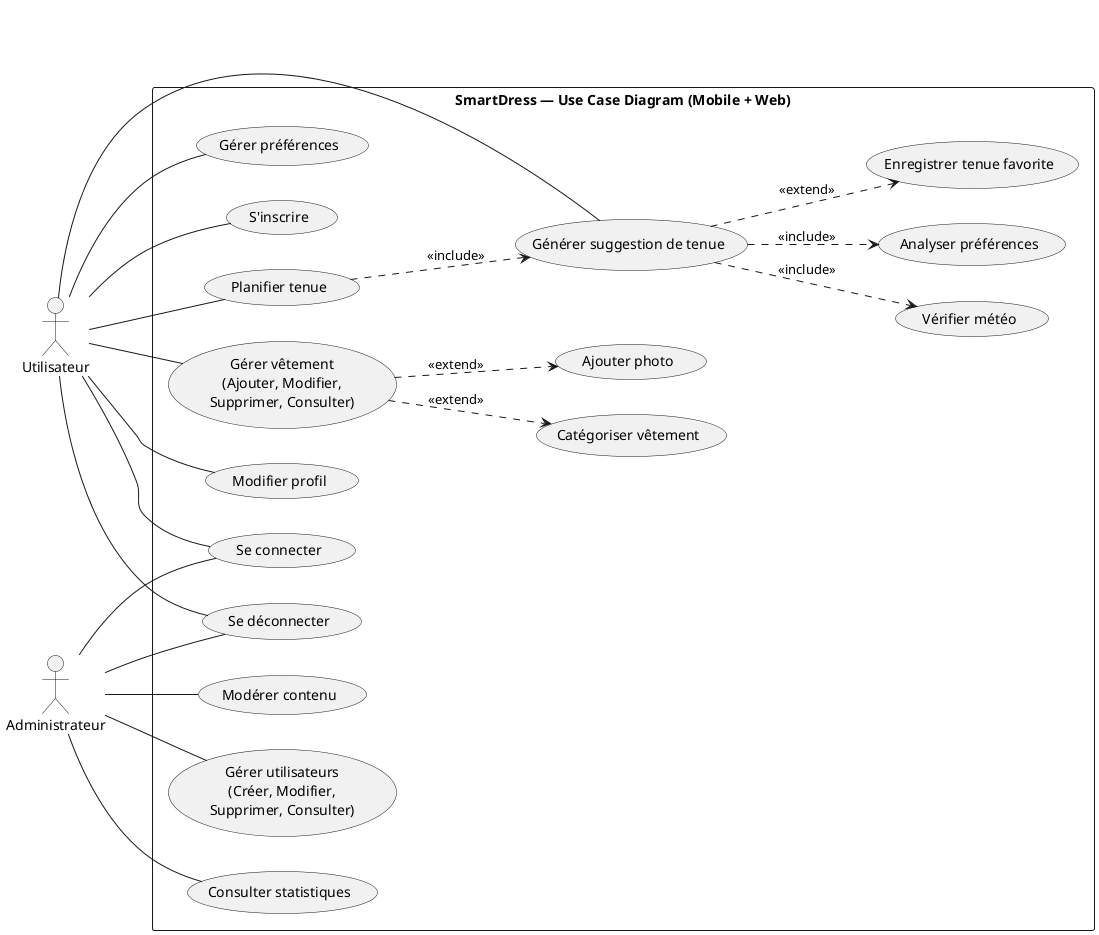
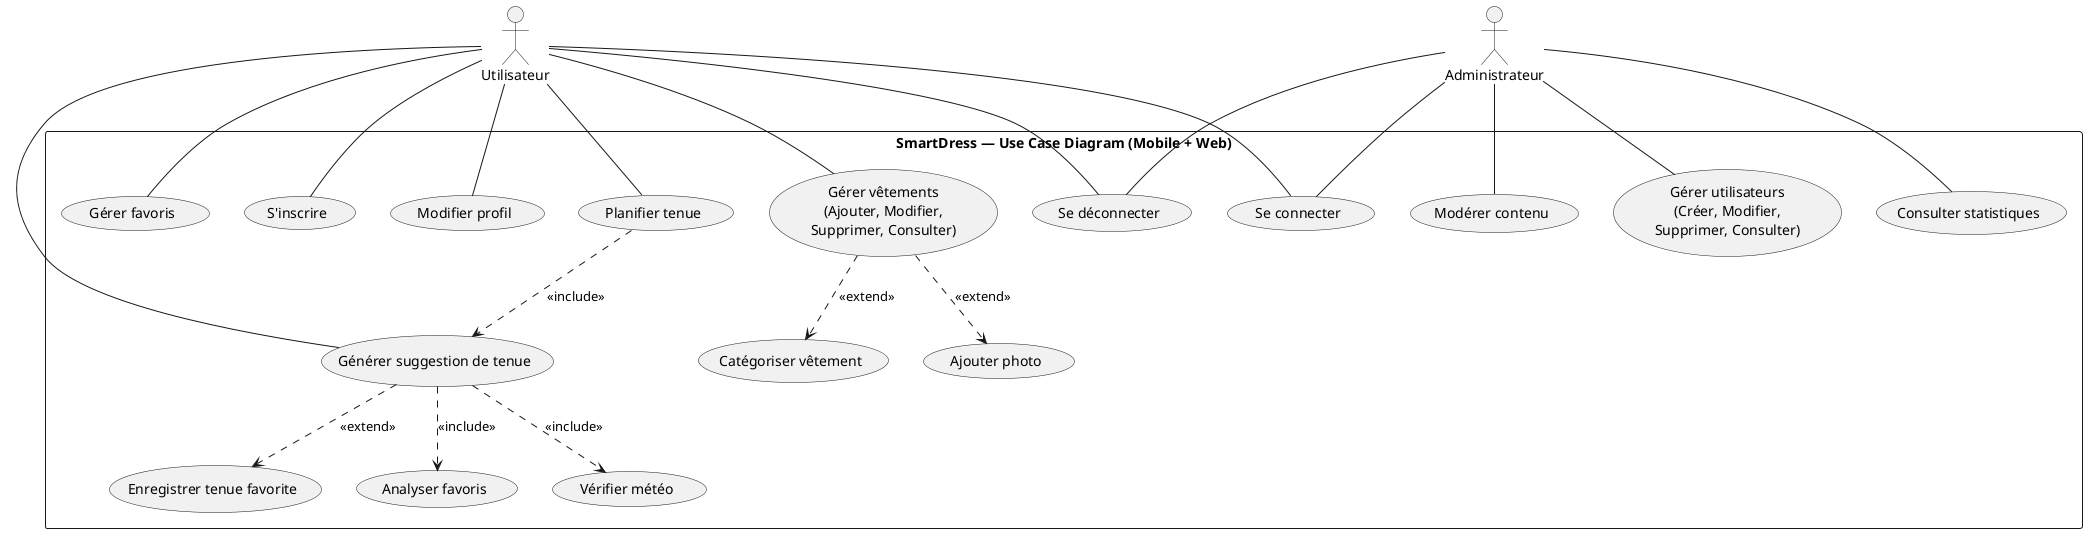
@startuml
- left to right direction
+ top to bottom direction
+ 
+ actor Utilisateur
+ actor Administrateur

actor Utilisateur
actor Administrateur

rectangle "SmartDress — Use Case Diagram (Mobile + Web)" {

-   ' =========================
-   ' AUTHENTIFICATION
-   ' =========================
-   usecase "S'inscrire" as UC1
-   usecase "Se connecter" as UC2
-   usecase "Se déconnecter" as UC3
+ '=========================
+ ' AUTHENTIFICATION
+ '=========================
+ usecase "S'inscrire" as UC1
+ usecase "Se connecter" as UC2
+ usecase "Se déconnecter" as UC3
+ usecase "Modifier profil" as UC4

-   Utilisateur -- UC1
-   Utilisateur -- UC2
-   Utilisateur -- UC3
-   Administrateur -- UC2
-   Administrateur -- UC3
+ Utilisateur -- UC1
+ Utilisateur -- UC2
+ Utilisateur -- UC3
+ Utilisateur -- UC4

-   ' =========================
-   ' GESTION DE LA GARDE-ROBE
-   ' =========================
-   usecase "Gérer vêtement\n(Ajouter, Modifier,\nSupprimer, Consulter)" as UC4
-   usecase "Catégoriser vêtement" as UC5
-   usecase "Ajouter photo" as UC6
+ Administrateur -- UC2
+ Administrateur -- UC3

-   Utilisateur -- UC4
-   UC4 ..> UC5 : <<extend>>
-   UC4 ..> UC6 : <<extend>>
+ '=========================
+ ' GESTION VETEMENTS
+ '=========================
+ usecase "Gérer vêtements\n(Ajouter, Modifier,\nSupprimer, Consulter)" as UC5
+ usecase "Catégoriser vêtement" as UC6
+ usecase "Ajouter photo" as UC7

-   ' =========================
-   ' GESTION DES TENUES
-   ' =========================
-   usecase "Générer suggestion de tenue" as UC7
-   usecase "Vérifier météo" as UC8
-   usecase "Analyser préférences" as UC9
-   usecase "Planifier tenue" as UC10
-   usecase "Enregistrer tenue favorite" as UC11
+ Utilisateur -- UC5

-   Utilisateur -- UC7
-   Utilisateur -- UC10
+ UC5 ..> UC6 : <<extend>>
+ UC5 ..> UC7 : <<extend>>

-   UC7 ..> UC8 : <<include>>
-   UC7 ..> UC9 : <<include>>
-   UC7 ..> UC11 : <<extend>>
-   UC10 ..> UC7 : <<include>>
+ '=========================
+ ' TENUES
+ '=========================
+ usecase "Planifier tenue" as UC8
+ usecase "Générer suggestion de tenue" as UC9
+ usecase "Enregistrer tenue favorite" as UC10

-   ' =========================
-   ' PROFIL UTILISATEUR
-   ' =========================
-   usecase "Modifier profil" as UC12
-   usecase "Gérer préférences" as UC13
+ Utilisateur -- UC8
+ Utilisateur -- UC9

-   Utilisateur -- UC12
-   Utilisateur -- UC13
+ UC8 ..> UC9 : <<include>>

-   ' =========================
-   ' ADMINISTRATION
-   ' =========================
-   usecase "Gérer utilisateurs\n(Créer, Modifier,\nSupprimer, Consulter)" as UC14
-   usecase "Consulter statistiques" as UC15
-   usecase "Modérer contenu" as UC16
+ '=========================
+ ' INTELLIGENCE SYSTEM
+ '=========================
+ usecase "Analyser favoris" as UC11
+ usecase "Vérifier météo" as UC12

-   Administrateur -- UC14
-   Administrateur -- UC15
-   Administrateur -- UC16
+ UC9 ..> UC11 : <<include>>
+ UC9 ..> UC12 : <<include>>
+ UC9 ..> UC10 : <<extend>>
+ 
+ '=========================
+ ' FAVORIS
+ '=========================
+ usecase "Gérer favoris" as UC13
+ Utilisateur -- UC13
+ 
+ '=========================
+ ' ADMIN
+ '=========================
+ usecase "Gérer utilisateurs\n(Créer, Modifier,\nSupprimer, Consulter)" as UC14
+ usecase "Consulter statistiques" as UC15
+ usecase "Modérer contenu" as UC16
+ 
+ Administrateur -- UC14
+ Administrateur -- UC15
+ Administrateur -- UC16

}
- 
@enduml